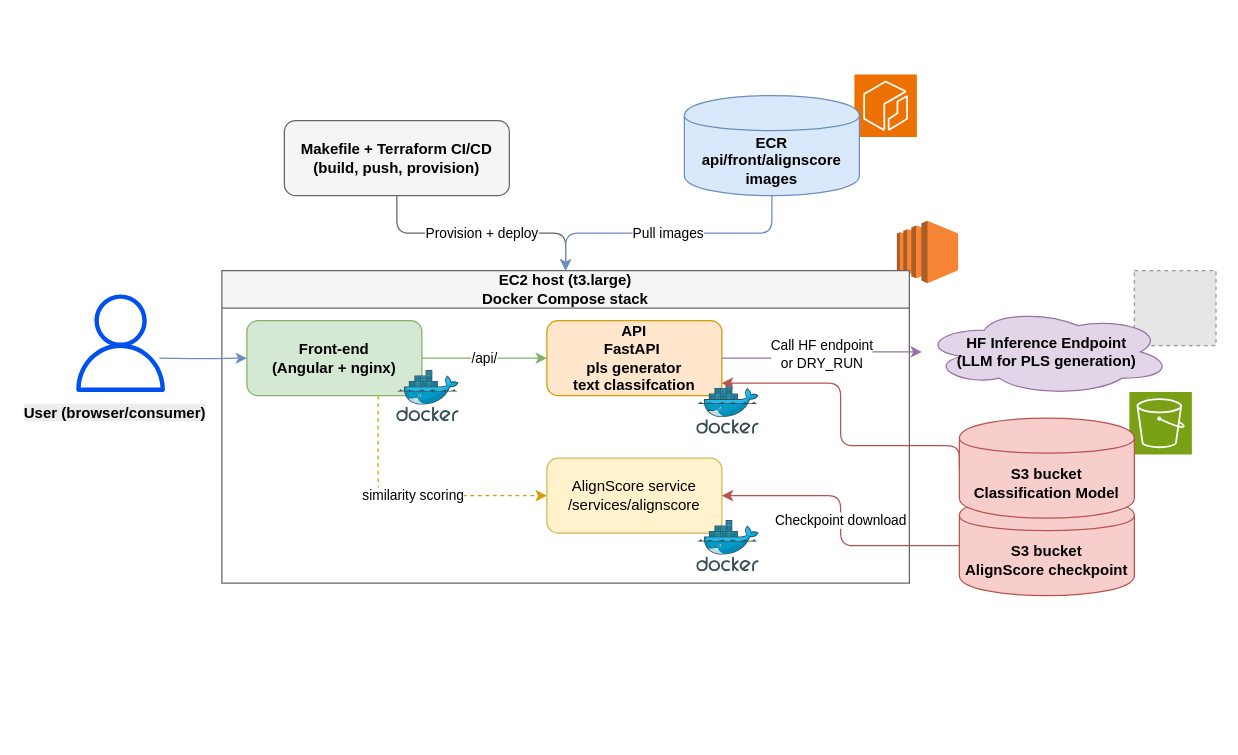
The draw.io diagram pls_deployment_project/assets/pls_architecture.drawio in deayala/med-plain-language-summarizer, before the edit. Source tidied: cells renumbered, new cells numbered last; positions are measured from the earlier drawing's top-left corner, leaving out a move shared by most shapes. Both pictures are drawn from the tidied source at 125%, with x=0, y=0 at pixel (21, 74). Pictures stored in the file or linked from it are replaced by grey dashed boxes.
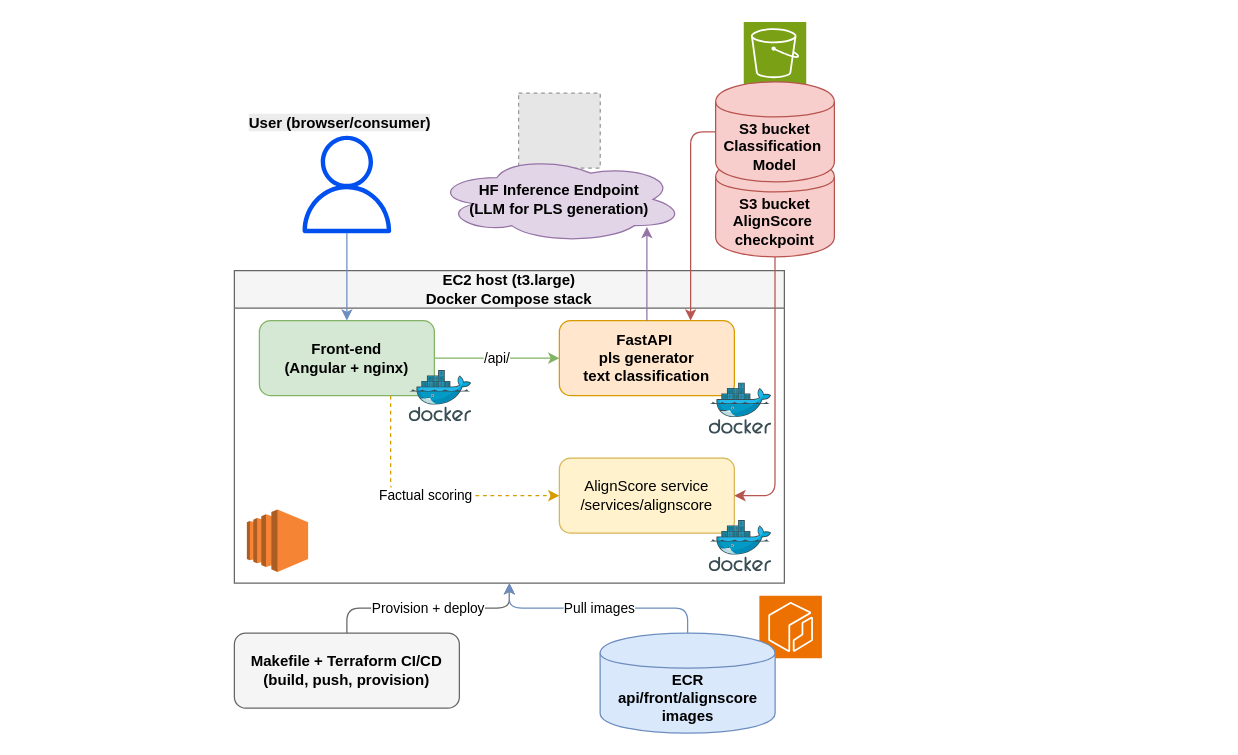
After the change.

Commit message (it also covers changes not shown here):
Create a new READMe for models folder

The change refers to these unchanged cells:
```xml
<mxCell id="6" value="Front-end&#10;(Angular + nginx)" style="rounded=1;whiteSpace=wrap;html=1;fillColor=#d5e8d4;strokeColor=#82b366;fontStyle=1;" parent="5" vertex="1">
  <mxGeometry x="20" y="40" width="140" height="60" as="geometry" />
</mxCell>
<mxCell id="8" value="AlignScore service&#10;/services/alignscore" style="rounded=1;whiteSpace=wrap;html=1;fillColor=#fff2cc;strokeColor=#d6b656;" parent="5" vertex="1">
  <mxGeometry x="260" y="150" width="140" height="60" as="geometry" />
</mxCell>
```

Change to the diagram source:
```diff
@@
+    <mxCell id="23" value="S3 bucket&lt;br&gt;AlignScore&amp;nbsp;&lt;div&gt;checkpoint&lt;/div&gt;" style="shape=cylinder;whiteSpace=wrap;html=1;boundedLbl=1;backgroundOutline=1;fillColor=#f8cecc;strokeColor=#b85450;fontStyle=1;" parent="1" vertex="1">
+      <mxGeometry x="555" y="66" width="95" height="80" as="geometry" />
+    </mxCell>
     <mxCell id="2" style="fillColor=#E6E6E6;strokeColor=#999999;dashed=1;verticalLabelPosition=bottom;labelBackgroundColor=default;verticalAlign=top;" parent="1" vertex="1">
-      <mxGeometry x="890" y="157" width="65.3" height="60" as="geometry" />
+      <mxGeometry x="397.4" y="15" width="65.3" height="60" as="geometry" />
     </mxCell>
-    <mxCell id="3" style="dashed=0;verticalLabelPosition=bottom;verticalAlign=top;align=center;html=1;shape=mxgraph.aws3.ec2;fillColor=#F58534;gradientColor=none;" parent="1" vertex="1">
-      <mxGeometry x="700" y="117" width="49" height="50" as="geometry" />
-    </mxCell>
     <mxCell id="4" style="sketch=0;fontColor=#232F3E;fillColor=#ED7100;strokeColor=#ffffff;dashed=0;verticalLabelPosition=bottom;verticalAlign=top;align=center;html=1;fontSize=12;fontStyle=0;shape=mxgraph.aws4.resourceIcon;resIcon=mxgraph.aws4.ecr;" parent="1" vertex="1">
-      <mxGeometry x="666" width="50" height="50" as="geometry" />
+      <mxGeometry x="590" y="417" width="50" height="50" as="geometry" />
     </mxCell>
     <mxCell id="5" value="EC2 host (t3.large)&#10;Docker Compose stack" style="swimlane;whiteSpace=wrap;html=1;fillColor=#f5f5f5;strokeColor=#666666;fontStyle=1;startSize=30;" parent="1" vertex="1">
-      <mxGeometry x="160" y="157" width="550" height="250" as="geometry" />
+      <mxGeometry x="170" y="157" width="440" height="250" as="geometry" />
     </mxCell>
@@
-    <mxCell id="7" value="API&lt;br&gt;FastAPI&amp;nbsp;&lt;div&gt;pls generator&lt;/div&gt;&lt;div&gt;text classifcation&lt;/div&gt;" style="rounded=1;whiteSpace=wrap;html=1;fillColor=#ffe6cc;strokeColor=#d79b00;fontStyle=1;" parent="5" vertex="1">
+    <mxCell id="7" value="FastAPI&amp;nbsp;&lt;div&gt;pls generator&lt;/div&gt;&lt;div&gt;text classification&lt;/div&gt;" style="rounded=1;whiteSpace=wrap;html=1;fillColor=#ffe6cc;strokeColor=#d79b00;fontStyle=1;" parent="5" vertex="1">
       <mxGeometry x="260" y="40" width="140" height="60" as="geometry" />
     </mxCell>
@@
-    <mxCell id="9" value="similarity scoring" style="edgeStyle=orthogonalEdgeStyle;rounded=1;html=1;dashed=1;strokeColor=#d79b00;exitX=0.75;exitY=1;exitDx=0;exitDy=0;" parent="5" edge="1" source="6" target="8">
+    <mxCell id="9" value="Factual scoring" style="edgeStyle=orthogonalEdgeStyle;rounded=1;html=1;dashed=1;strokeColor=#d79b00;exitX=0.75;exitY=1;exitDx=0;exitDy=0;" parent="5" edge="1" source="6" target="8">
       <mxGeometry relative="1" as="geometry">
         <Array as="points">
           <mxPoint x="125" y="180" />
         </Array>
       </mxGeometry>
     </mxCell>
@@
+    <mxCell id="3" style="dashed=0;verticalLabelPosition=bottom;verticalAlign=top;align=center;html=1;shape=mxgraph.aws3.ec2;fillColor=#F58534;gradientColor=none;" parent="5" vertex="1">
+      <mxGeometry x="10" y="191" width="49" height="50" as="geometry" />
+    </mxCell>
     <mxCell id="13" value="HF Inference Endpoint&#10;(LLM for PLS generation)" style="ellipse;whiteSpace=wrap;html=1;shape=cloud;fillColor=#e1d5e7;strokeColor=#9673a6;fontStyle=1;" parent="1" vertex="1">
-      <mxGeometry x="720" y="187" width="200" height="70" as="geometry" />
+      <mxGeometry x="330" y="65" width="200" height="70" as="geometry" />
     </mxCell>
     <mxCell id="14" value="ECR&#10;api/front/alignscore images" style="shape=cylinder;whiteSpace=wrap;html=1;boundedLbl=1;backgroundOutline=1;fillColor=#dae8fc;strokeColor=#6c8ebf;fontStyle=1;" parent="1" vertex="1">
-      <mxGeometry x="530" y="17" width="140" height="80" as="geometry" />
+      <mxGeometry x="462.6" y="447" width="140" height="80" as="geometry" />
     </mxCell>
     <mxCell id="15" value="Makefile + Terraform CI/CD&#10;(build, push, provision)" style="rounded=1;whiteSpace=wrap;html=1;fillColor=#f5f5f5;strokeColor=#666666;fontStyle=1;" parent="1" vertex="1">
-      <mxGeometry x="210" y="37" width="180" height="60" as="geometry" />
+      <mxGeometry x="170" y="447" width="180" height="60" as="geometry" />
     </mxCell>
-    <mxCell id="16" style="edgeStyle=orthogonalEdgeStyle;rounded=1;html=1;strokeColor=#6c8ebf;" parent="1" edge="1" target="6">
-      <mxGeometry relative="1" as="geometry">
-        <mxPoint x="110" y="227" as="sourcePoint" />
-      </mxGeometry>
+    <mxCell id="16" style="edgeStyle=orthogonalEdgeStyle;rounded=1;html=1;strokeColor=#6c8ebf;" parent="1" edge="1" source="26" target="6">
+      <mxGeometry relative="1" as="geometry" />
     </mxCell>
@@
-    <mxCell id="18" value="Call HF endpoint&#10;or DRY_RUN" style="edgeStyle=orthogonalEdgeStyle;rounded=1;html=1;strokeColor=#9673a6;" parent="1" edge="1" source="7" target="13">
-      <mxGeometry relative="1" as="geometry" />
+    <mxCell id="18" style="edgeStyle=orthogonalEdgeStyle;rounded=1;html=1;strokeColor=#9673a6;" parent="1" edge="1" source="7">
+      <mxGeometry relative="1" as="geometry">
+        <mxPoint x="500" y="122" as="targetPoint" />
+      </mxGeometry>
     </mxCell>
-    <mxCell id="19" value="Checkpoint download" style="edgeStyle=orthogonalEdgeStyle;rounded=1;html=1;strokeColor=#b85450;exitX=0;exitY=0.5;exitDx=0;exitDy=0;" parent="1" edge="1" source="23" target="8">
-      <mxGeometry relative="1" as="geometry" />
-    </mxCell>
@@
     <mxCell id="22" style="sketch=0;fontColor=#232F3E;fillColor=#7AA116;strokeColor=#ffffff;dashed=0;verticalLabelPosition=bottom;verticalAlign=top;align=center;html=1;fontSize=12;fontStyle=0;shape=mxgraph.aws4.resourceIcon;resIcon=mxgraph.aws4.s3;" parent="1" vertex="1">
-      <mxGeometry x="886" y="254" width="50" height="50" as="geometry" />
+      <mxGeometry x="577.5" y="-42" width="50" height="50" as="geometry" />
     </mxCell>
-    <mxCell id="23" value="S3 bucket&lt;br&gt;AlignScore checkpoint" style="shape=cylinder;whiteSpace=wrap;html=1;boundedLbl=1;backgroundOutline=1;fillColor=#f8cecc;strokeColor=#b85450;fontStyle=1;" parent="1" vertex="1">
-      <mxGeometry x="750" y="337" width="140" height="80" as="geometry" />
-    </mxCell>
-    <mxCell id="24" style="edgeStyle=orthogonalEdgeStyle;rounded=1;jettySize=auto;html=1;exitX=0;exitY=0.5;exitDx=0;exitDy=0;fillColor=#f8cecc;strokeColor=#b85450;curved=0;" parent="1" edge="1" source="25" target="7">
-      <mxGeometry relative="1" as="geometry">
-        <Array as="points">
-          <mxPoint x="655" y="297" />
-          <mxPoint x="655" y="247" />
-        </Array>
-      </mxGeometry>
+    <mxCell id="24" style="edgeStyle=orthogonalEdgeStyle;rounded=1;jettySize=auto;html=1;exitX=0;exitY=0.5;exitDx=0;exitDy=0;entryX=0.75;entryY=0;entryDx=0;entryDy=0;fillColor=#f8cecc;strokeColor=#b85450;curved=0;" parent="1" edge="1" source="25" target="7">
+      <mxGeometry relative="1" as="geometry" />
     </mxCell>
-    <mxCell id="25" value="S3 bucket&lt;br&gt;Classification Model" style="shape=cylinder;whiteSpace=wrap;html=1;boundedLbl=1;backgroundOutline=1;fillColor=#f8cecc;strokeColor=#b85450;fontStyle=1;" parent="1" vertex="1">
-      <mxGeometry x="750" y="275" width="140" height="80" as="geometry" />
+    <mxCell id="25" value="S3 bucket&lt;br&gt;Classification&amp;nbsp;&lt;div&gt;Model&lt;/div&gt;" style="shape=cylinder;whiteSpace=wrap;html=1;boundedLbl=1;backgroundOutline=1;fillColor=#f8cecc;strokeColor=#b85450;fontStyle=1;" parent="1" vertex="1">
+      <mxGeometry x="555" y="6" width="95" height="80" as="geometry" />
     </mxCell>
     <mxCell id="26" style="sketch=0;outlineConnect=0;fillColor=#0050ef;strokeColor=#001DBC;dashed=0;verticalLabelPosition=bottom;verticalAlign=top;align=center;html=1;fontSize=12;fontStyle=0;shape=mxgraph.aws4.user;fontColor=#ffffff;" parent="1" vertex="1">
-      <mxGeometry x="40" y="176" width="78" height="78" as="geometry" />
+      <mxGeometry x="221" y="49" width="78" height="78" as="geometry" />
     </mxCell>
     <mxCell id="27" value="&lt;span style=&quot;color: rgb(0, 0, 0); font-family: Helvetica; font-size: 12px; font-style: normal; font-variant-ligatures: normal; font-variant-caps: normal; font-weight: 700; letter-spacing: normal; orphans: 2; text-align: center; text-indent: 0px; text-transform: none; widows: 2; word-spacing: 0px; -webkit-text-stroke-width: 0px; white-space: normal; background-color: rgb(236, 236, 236); text-decoration-thickness: initial; text-decoration-style: initial; text-decoration-color: initial; display: inline !important; float: none;&quot;&gt;User (browser/consumer)&lt;/span&gt;" style="text;whiteSpace=wrap;html=1;" parent="1" vertex="1">
-      <mxGeometry y="257" width="180" height="40" as="geometry" />
+      <mxGeometry x="180" y="25" width="150" height="40" as="geometry" />
     </mxCell>
+    <mxCell id="19" style="edgeStyle=orthogonalEdgeStyle;rounded=1;jettySize=auto;html=1;exitX=0.5;exitY=1;exitDx=0;exitDy=0;entryX=1;entryY=0.5;entryDx=0;entryDy=0;fillColor=#f8cecc;strokeColor=#b85450;curved=0;" parent="1" edge="1" source="23" target="8">
+      <mxGeometry relative="1" as="geometry" />
+    </mxCell>
```
